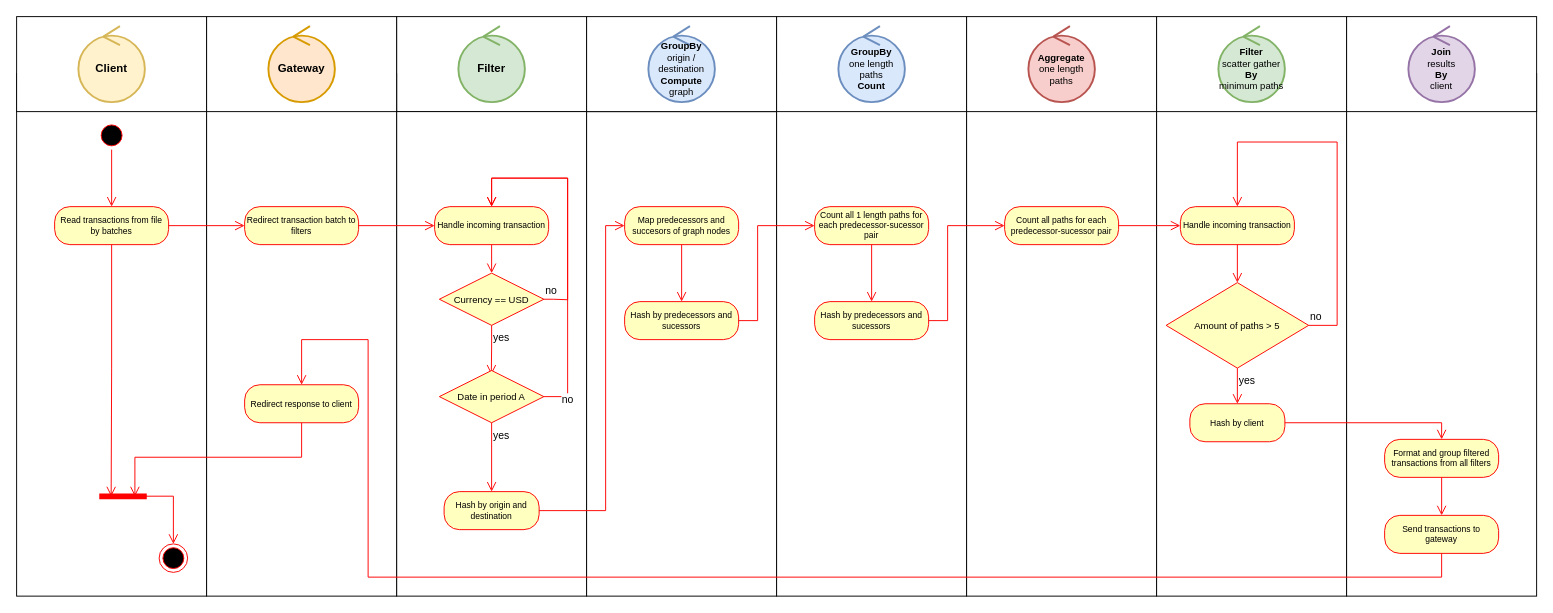
alejoordonez02/distribuidos-tp-money-laundering-analysis keeps this draw.io diagram as doc/diagrams/16activity-diagram-uc4.drawio. Above is the earlier version. Source tidied: cells renumbered, new cells numbered last; positions are measured from the earlier drawing's top-left corner, leaving out a move shared by most shapes. Both pictures are drawn from the tidied source at 95%, with x=0, y=0 at pixel (16, 16).
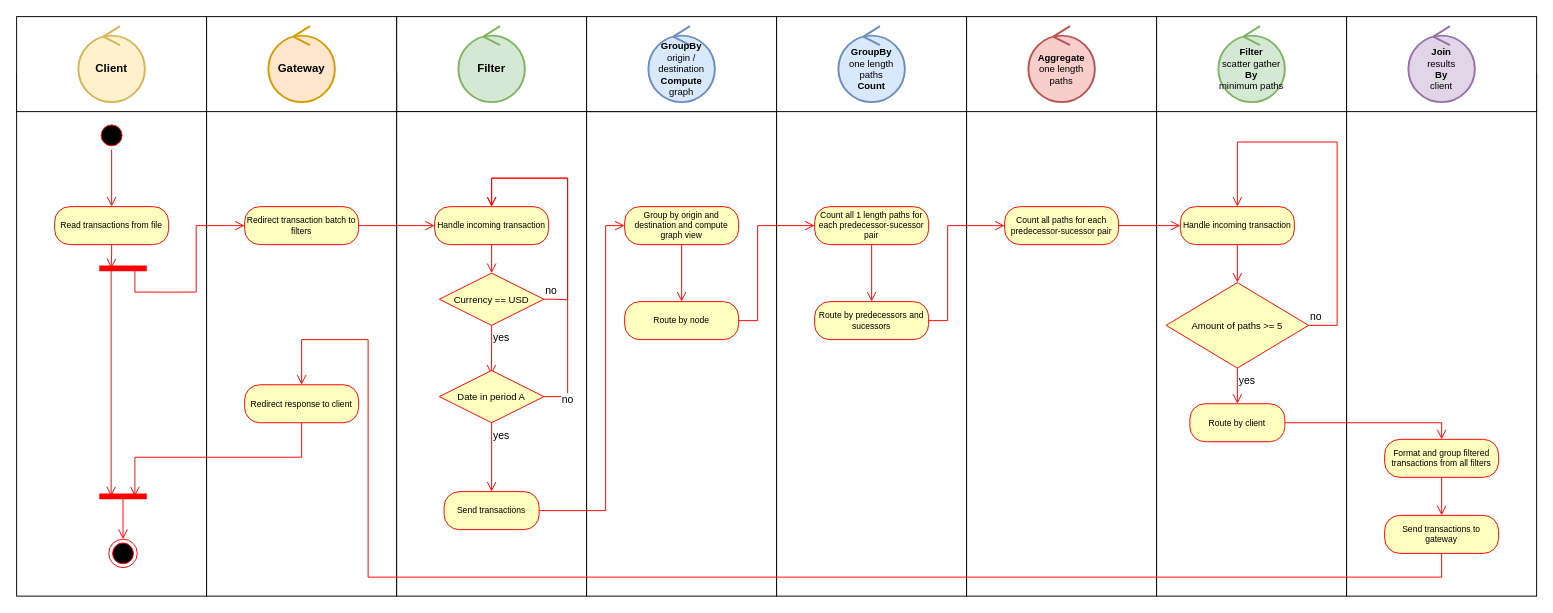
Above is the later version.

Commit message (it also covers changes not shown here):
doc: fix fork-join pattern and routing keys in activity diagrams

The change refers to these unchanged cells:
```xml
<mxCell id="12" style="shape=line;html=1;strokeWidth=6;strokeColor=#ff0000;" parent="1" vertex="1">
  <mxGeometry x="87" y="500" width="50" height="10" as="geometry" />
</mxCell>
<mxCell id="21" value="Redirect transaction batch to filters" style="rounded=1;whiteSpace=wrap;html=1;arcSize=40;fontColor=#000000;fillColor=#ffffc0;strokeColor=#ff0000;fontSize=9;" parent="1" vertex="1">
  <mxGeometry x="240" y="200" width="120" height="40" as="geometry" />
</mxCell>
```

The edit, as a diff of the source:
```diff
@@
     <mxCell id="10" style="ellipse;html=1;shape=endState;fillColor=#000000;strokeColor=#ff0000;fontSize=9;" parent="1" vertex="1">
-      <mxGeometry x="150" y="555" width="30" height="30" as="geometry" />
+      <mxGeometry x="97" y="550" width="30" height="30" as="geometry" />
     </mxCell>
-    <mxCell id="11" value="&lt;div&gt;Read transactions from file by batches&lt;/div&gt;" style="rounded=1;whiteSpace=wrap;html=1;arcSize=40;fontColor=#000000;fillColor=#ffffc0;strokeColor=#ff0000;fontSize=9;" parent="1" vertex="1">
+    <mxCell id="11" value="&lt;div&gt;Read transactions from file&lt;/div&gt;" style="rounded=1;whiteSpace=wrap;html=1;arcSize=40;fontColor=#000000;fillColor=#ffffc0;strokeColor=#ff0000;fontSize=9;" parent="1" vertex="1">
       <mxGeometry x="40" y="200" width="120" height="40" as="geometry" />
     </mxCell>
@@
     <mxCell id="13" style="edgeStyle=orthogonalEdgeStyle;html=1;verticalAlign=bottom;endArrow=open;endSize=8;strokeColor=#ff0000;rounded=0;exitX=0.522;exitY=0.483;exitDx=0;exitDy=0;exitPerimeter=0;entryX=0.5;entryY=0;entryDx=0;entryDy=0;" parent="1" edge="1" source="12" target="10">
-      <mxGeometry relative="1" as="geometry" />
+      <mxGeometry relative="1" as="geometry">
+        <Array as="points">
+          <mxPoint x="112" y="505" />
+        </Array>
+      </mxGeometry>
     </mxCell>
-    <mxCell id="14" style="edgeStyle=orthogonalEdgeStyle;html=1;verticalAlign=bottom;endArrow=open;endSize=8;strokeColor=#ff0000;rounded=0;exitX=1;exitY=0.5;exitDx=0;exitDy=0;fontSize=9;entryX=0;entryY=0.5;entryDx=0;entryDy=0;" parent="1" edge="1" source="11" target="21">
-      <mxGeometry relative="1" as="geometry" />
+    <mxCell id="14" style="edgeStyle=orthogonalEdgeStyle;html=1;verticalAlign=bottom;endArrow=open;endSize=8;strokeColor=#ff0000;rounded=0;exitX=0.75;exitY=0.5;exitDx=0;exitDy=0;fontSize=9;entryX=0;entryY=0.5;entryDx=0;entryDy=0;exitPerimeter=0;" parent="1" edge="1" source="70" target="21">
+      <mxGeometry relative="1" as="geometry">
+        <Array as="points">
+          <mxPoint x="125" y="290" />
+          <mxPoint x="189" y="290" />
+          <mxPoint x="189" y="220" />
+        </Array>
+      </mxGeometry>
     </mxCell>
@@
-    <mxCell id="25" style="edgeStyle=orthogonalEdgeStyle;html=1;verticalAlign=bottom;endArrow=open;endSize=8;strokeColor=#ff0000;rounded=0;exitX=0.5;exitY=1;exitDx=0;exitDy=0;fontSize=9;entryX=0.25;entryY=0.5;entryDx=0;entryDy=0;entryPerimeter=0;" parent="1" edge="1" source="11" target="12">
+    <mxCell id="25" style="edgeStyle=orthogonalEdgeStyle;html=1;verticalAlign=bottom;endArrow=open;endSize=8;strokeColor=#ff0000;rounded=0;exitX=0.5;exitY=1;exitDx=0;exitDy=0;fontSize=9;entryX=0.25;entryY=0.5;entryDx=0;entryDy=0;entryPerimeter=0;" parent="1" edge="1" source="11" target="70">
       <mxGeometry relative="1" as="geometry" />
     </mxCell>
@@
-    <mxCell id="32" value="Hash by origin and destination" style="rounded=1;whiteSpace=wrap;html=1;arcSize=40;fontColor=#000000;fillColor=#ffffc0;strokeColor=#ff0000;fontSize=9;" parent="1" vertex="1">
+    <mxCell id="32" value="Send transactions" style="rounded=1;whiteSpace=wrap;html=1;arcSize=40;fontColor=#000000;fillColor=#ffffc0;strokeColor=#ff0000;fontSize=9;" parent="1" vertex="1">
       <mxGeometry x="450" y="500" width="100" height="40" as="geometry" />
     </mxCell>
@@
-    <mxCell id="47" value="Map predecessors and succesors of graph nodes" style="rounded=1;whiteSpace=wrap;html=1;arcSize=40;fontColor=#000000;fillColor=#ffffc0;strokeColor=#ff0000;fontSize=9;" parent="1" vertex="1">
+    <mxCell id="47" value="Group by origin and destination and compute graph view" style="rounded=1;whiteSpace=wrap;html=1;arcSize=40;fontColor=#000000;fillColor=#ffffc0;strokeColor=#ff0000;fontSize=9;" parent="1" vertex="1">
       <mxGeometry x="640" y="200" width="120" height="40" as="geometry" />
     </mxCell>
-    <mxCell id="48" value="Hash by predecessors and sucessors" style="rounded=1;whiteSpace=wrap;html=1;arcSize=40;fontColor=#000000;fillColor=#ffffc0;strokeColor=#ff0000;fontSize=9;" parent="1" vertex="1">
+    <mxCell id="48" value="Route by node" style="rounded=1;whiteSpace=wrap;html=1;arcSize=40;fontColor=#000000;fillColor=#ffffc0;strokeColor=#ff0000;fontSize=9;" parent="1" vertex="1">
       <mxGeometry x="640" y="300" width="120" height="40" as="geometry" />
     </mxCell>
@@
-    <mxCell id="51" value="Amount of paths &amp;gt; 5" style="rhombus;whiteSpace=wrap;html=1;fontColor=#000000;fillColor=#ffffc0;strokeColor=#ff0000;fontSize=10;" parent="1" vertex="1">
+    <mxCell id="51" value="Amount of paths &amp;gt;= 5" style="rhombus;whiteSpace=wrap;html=1;fontColor=#000000;fillColor=#ffffc0;strokeColor=#ff0000;fontSize=10;" parent="1" vertex="1">
       <mxGeometry x="1210" y="280" width="150" height="90" as="geometry" />
     </mxCell>
@@
-    <mxCell id="53" value="Hash by client" style="rounded=1;whiteSpace=wrap;html=1;arcSize=40;fontColor=#000000;fillColor=#ffffc0;strokeColor=#ff0000;fontSize=9;" parent="1" vertex="1">
+    <mxCell id="53" value="Route by client" style="rounded=1;whiteSpace=wrap;html=1;arcSize=40;fontColor=#000000;fillColor=#ffffc0;strokeColor=#ff0000;fontSize=9;" parent="1" vertex="1">
       <mxGeometry x="1235" y="407.5" width="100" height="40" as="geometry" />
     </mxCell>
@@
-    <mxCell id="65" value="Hash by predecessors and sucessors" style="rounded=1;whiteSpace=wrap;html=1;arcSize=40;fontColor=#000000;fillColor=#ffffc0;strokeColor=#ff0000;fontSize=9;" parent="1" vertex="1">
+    <mxCell id="65" value="Route by predecessors and sucessors" style="rounded=1;whiteSpace=wrap;html=1;arcSize=40;fontColor=#000000;fillColor=#ffffc0;strokeColor=#ff0000;fontSize=9;" parent="1" vertex="1">
       <mxGeometry x="840" y="300" width="120" height="40" as="geometry" />
     </mxCell>
@@
+    <mxCell id="70" style="shape=line;html=1;strokeWidth=6;strokeColor=#ff0000;" parent="1" vertex="1">
+      <mxGeometry x="87" y="260" width="50" height="10" as="geometry" />
+    </mxCell>
+    <mxCell id="71" style="edgeStyle=orthogonalEdgeStyle;shape=connector;rounded=0;jettySize=auto;html=1;exitX=0.25;exitY=0.5;exitDx=0;exitDy=0;exitPerimeter=0;entryX=0.25;entryY=0.5;entryDx=0;entryDy=0;entryPerimeter=0;strokeColor=#ff0000;align=center;verticalAlign=bottom;fontFamily=Helvetica;fontSize=9;fontColor=default;labelBackgroundColor=default;endArrow=open;endSize=8;" parent="1" edge="1" source="70" target="12">
+      <mxGeometry relative="1" as="geometry" />
+    </mxCell>
```
